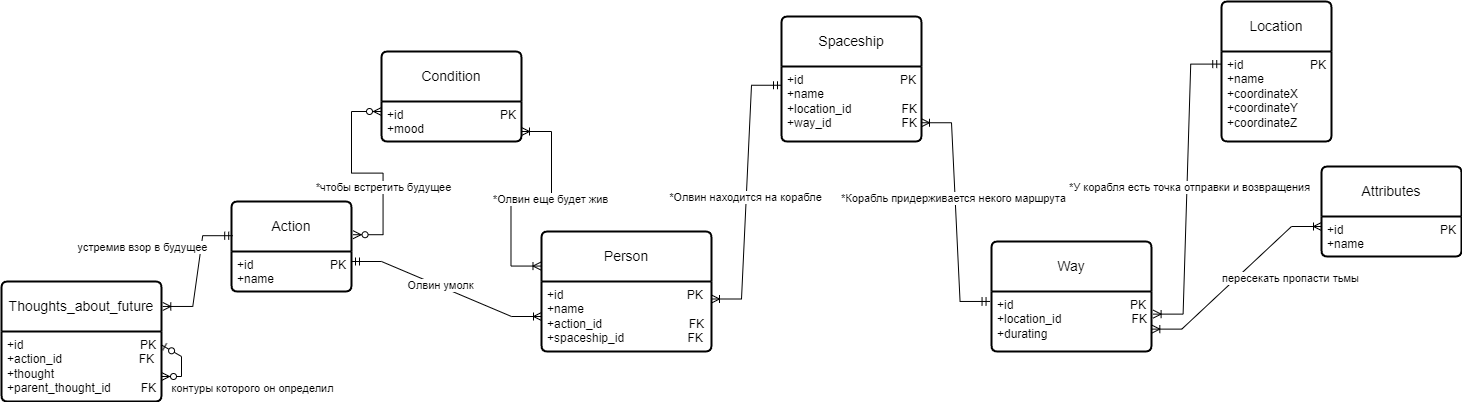
Earlier version of the draw.io export DataBases/lab1/InfologicDiagram.drawio.png (EgorovaVarvara/ITMO). Source tidied: cells renumbered, new cells last; positions are measured from the earlier drawing's top-left corner, leaving out a move shared by most shapes.
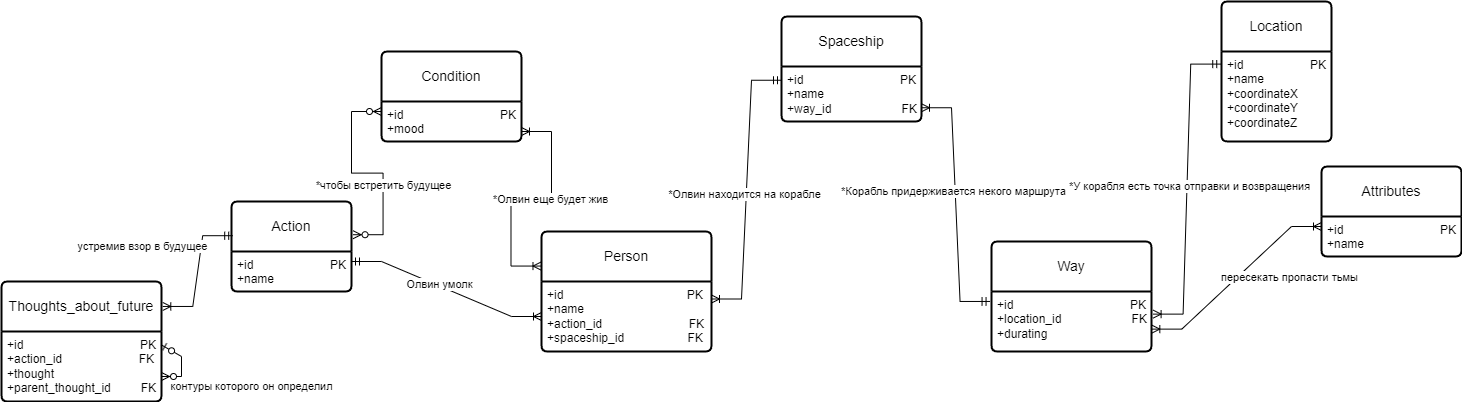
The same diagram one commit later.

The edit, as a diff of the source:
```diff
@@ -30,10 +30,10 @@
       <mxGeometry y="50" width="110" height="90" as="geometry" />
     </mxCell>
     <mxCell id="11" value="Spaceship" style="swimlane;horizontal=1;startSize=50;rounded=1;fontSize=14;fontStyle=0;strokeWidth=2;shadow=0;dashed=0;align=center;arcSize=4;whiteSpace=wrap;html=1;" parent="1" vertex="1">
-      <mxGeometry x="780" y="15" width="140" height="125" as="geometry" />
+      <mxGeometry x="780" y="15" width="140" height="105" as="geometry" />
     </mxCell>
-    <mxCell id="12" value="+id&amp;nbsp; &amp;nbsp; &amp;nbsp; &amp;nbsp; &amp;nbsp; &amp;nbsp; &amp;nbsp; &amp;nbsp; &amp;nbsp; &amp;nbsp; &amp;nbsp; &amp;nbsp; &amp;nbsp; &amp;nbsp; &amp;nbsp;PK&lt;br&gt;+name&lt;br&gt;+location_id&amp;nbsp; &amp;nbsp; &amp;nbsp; &amp;nbsp; &amp;nbsp; &amp;nbsp; &amp;nbsp; &amp;nbsp;FK&lt;br&gt;+way_id&amp;nbsp; &amp;nbsp; &amp;nbsp; &amp;nbsp; &amp;nbsp; &amp;nbsp; &amp;nbsp; &amp;nbsp; &amp;nbsp; &amp;nbsp; &amp;nbsp;FK" style="align=left;strokeColor=none;fillColor=none;spacingLeft=4;fontSize=12;verticalAlign=top;html=1;" parent="11" vertex="1">
-      <mxGeometry y="50" width="140" height="75" as="geometry" />
+    <mxCell id="12" value="+id&amp;nbsp; &amp;nbsp; &amp;nbsp; &amp;nbsp; &amp;nbsp; &amp;nbsp; &amp;nbsp; &amp;nbsp; &amp;nbsp; &amp;nbsp; &amp;nbsp; &amp;nbsp; &amp;nbsp; &amp;nbsp; &amp;nbsp;PK&lt;br&gt;+name&lt;br&gt;+way_id&amp;nbsp; &amp;nbsp; &amp;nbsp; &amp;nbsp; &amp;nbsp; &amp;nbsp; &amp;nbsp; &amp;nbsp; &amp;nbsp; &amp;nbsp; &amp;nbsp;FK" style="align=left;strokeColor=none;fillColor=none;spacingLeft=4;fontSize=12;verticalAlign=top;html=1;" parent="11" vertex="1">
+      <mxGeometry y="50" width="140" height="55" as="geometry" />
     </mxCell>
     <mxCell id="13" value="Attributes" style="swimlane;horizontal=1;startSize=50;rounded=1;fontSize=14;fontStyle=0;strokeWidth=2;shadow=0;dashed=0;align=center;arcSize=4;whiteSpace=wrap;html=1;" parent="1" vertex="1">
       <mxGeometry x="1320" y="165" width="140" height="90" as="geometry" />
```
